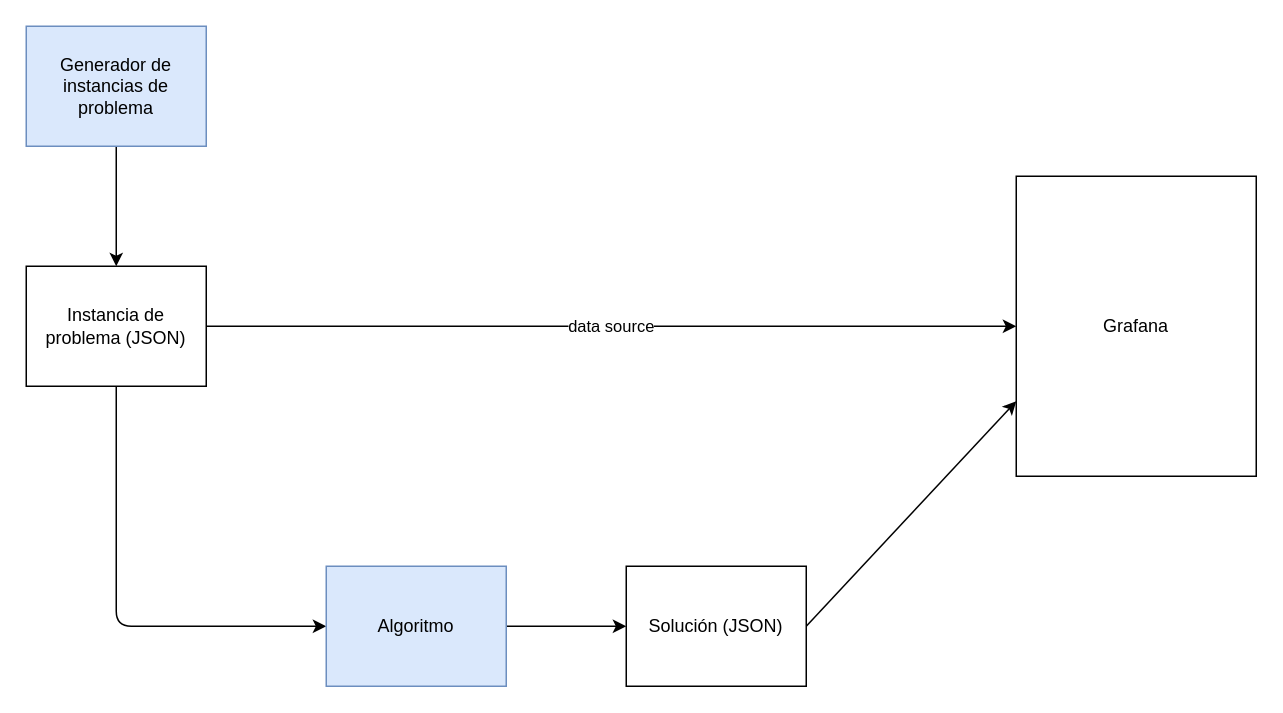
kaizten/elisa-breeze keeps this draw.io diagram as images/scheme.drawio. Above is the earlier version. Source tidied: cells renumbered, new cells numbered last; positions are measured from the earlier drawing's top-left corner, leaving out a move shared by most shapes. Both pictures are drawn from the tidied source at 150%, with x=0, y=0 at pixel (26, 26).
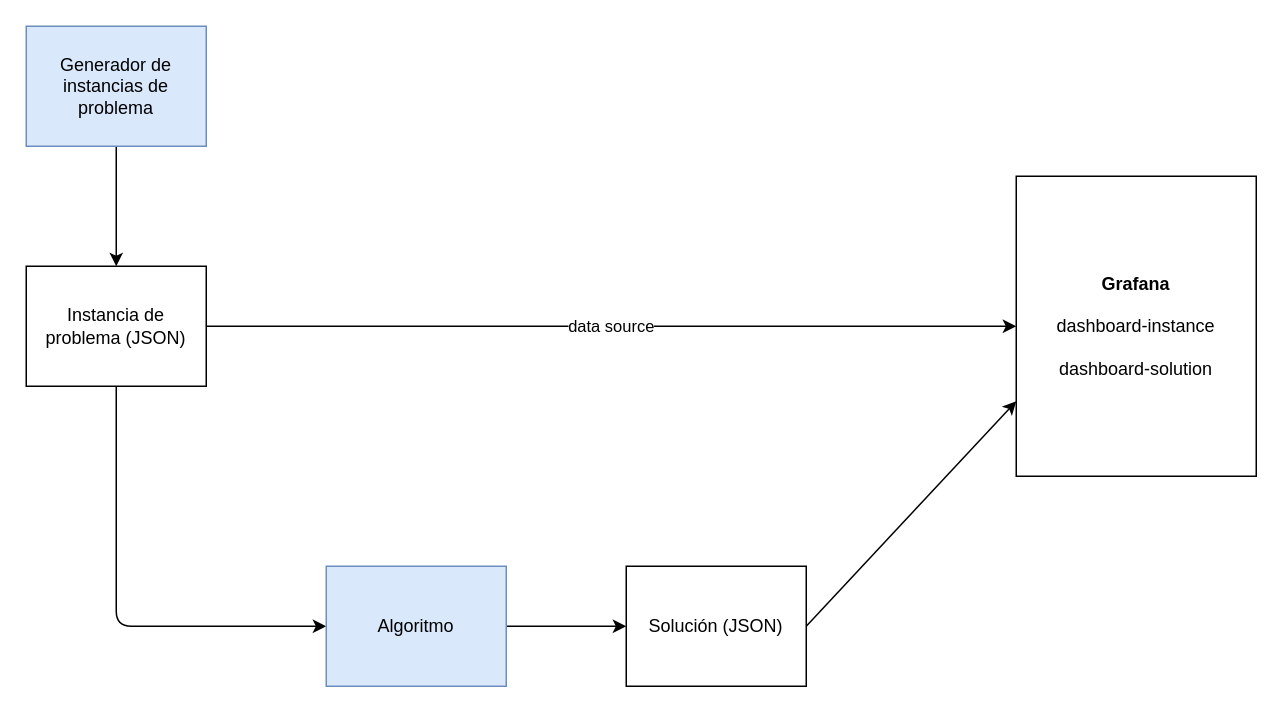
The same diagram, later.

Diff of the diagram source:
```diff
@@
 <mxGraphModel>
   <root>
     <mxCell id="0" />
     <mxCell id="1" parent="0" />
-    <mxCell id="2" value="Grafana" style="rounded=0;whiteSpace=wrap;html=1;" parent="1" vertex="1">
+    <mxCell id="2" value="&lt;b&gt;Grafana&lt;/b&gt;&lt;br&gt;&lt;br&gt;dashboard-instance&lt;br&gt;&lt;br&gt;dashboard-solution" style="rounded=0;whiteSpace=wrap;html=1;" parent="1" vertex="1">
       <mxGeometry x="660" y="100" width="160" height="200" as="geometry" />
     </mxCell>
     <mxCell id="3" style="edgeStyle=none;html=1;exitX=0.5;exitY=1;exitDx=0;exitDy=0;entryX=0.5;entryY=0;entryDx=0;entryDy=0;" parent="1" edge="1" source="4" target="7">
       <mxGeometry relative="1" as="geometry" />
     </mxCell>
     <mxCell id="4" value="Generador de instancias de problema" style="rounded=0;whiteSpace=wrap;html=1;fillColor=#dae8fc;strokeColor=#6c8ebf;" parent="1" vertex="1">
       <mxGeometry width="120" height="80" as="geometry" />
     </mxCell>
     <mxCell id="5" value="data source" style="edgeStyle=none;html=1;entryX=0;entryY=0.5;entryDx=0;entryDy=0;" parent="1" edge="1" source="7" target="2">
       <mxGeometry relative="1" as="geometry" />
     </mxCell>
     <mxCell id="6" style="edgeStyle=none;html=1;exitX=0.5;exitY=1;exitDx=0;exitDy=0;entryX=0;entryY=0.5;entryDx=0;entryDy=0;" parent="1" edge="1" source="7" target="9">
       <mxGeometry relative="1" as="geometry">
         <Array as="points">
           <mxPoint x="60" y="400" />
         </Array>
       </mxGeometry>
     </mxCell>
     <mxCell id="7" value="Instancia de problema (JSON)" style="rounded=0;whiteSpace=wrap;html=1;" parent="1" vertex="1">
       <mxGeometry y="160" width="120" height="80" as="geometry" />
     </mxCell>
     <mxCell id="8" style="edgeStyle=none;html=1;exitX=1;exitY=0.5;exitDx=0;exitDy=0;entryX=0;entryY=0.5;entryDx=0;entryDy=0;" parent="1" edge="1" source="9" target="11">
       <mxGeometry relative="1" as="geometry" />
     </mxCell>
     <mxCell id="9" value="Algoritmo" style="rounded=0;whiteSpace=wrap;html=1;fillColor=#dae8fc;strokeColor=#6c8ebf;" parent="1" vertex="1">
       <mxGeometry x="200" y="360" width="120" height="80" as="geometry" />
     </mxCell>
     <mxCell id="10" style="edgeStyle=none;html=1;exitX=1;exitY=0.5;exitDx=0;exitDy=0;entryX=0;entryY=0.75;entryDx=0;entryDy=0;" parent="1" edge="1" source="11" target="2">
       <mxGeometry relative="1" as="geometry" />
     </mxCell>
     <mxCell id="11" value="Solución (JSON)" style="rounded=0;whiteSpace=wrap;html=1;" parent="1" vertex="1">
       <mxGeometry x="400" y="360" width="120" height="80" as="geometry" />
     </mxCell>
   </root>
 </mxGraphModel>
```
